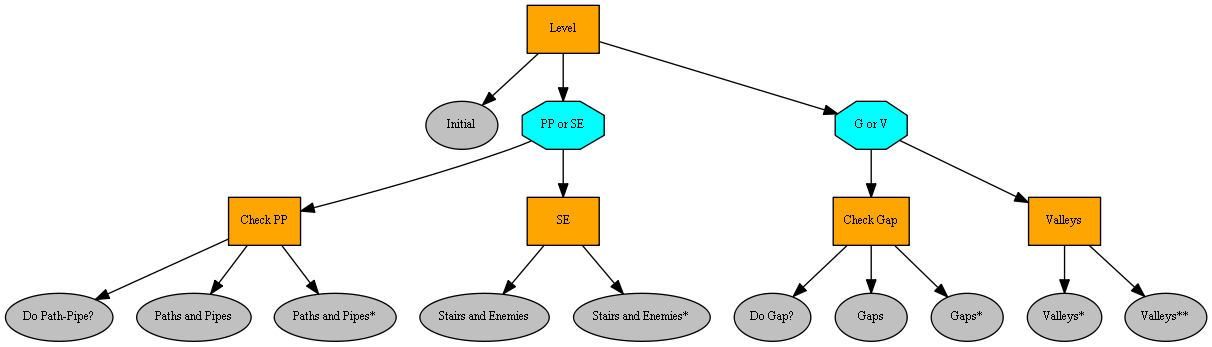
Before: level.png, a diagram exported from Graphviz (riffsircar/PCGBT). Its source is kept beside it as level.dot.
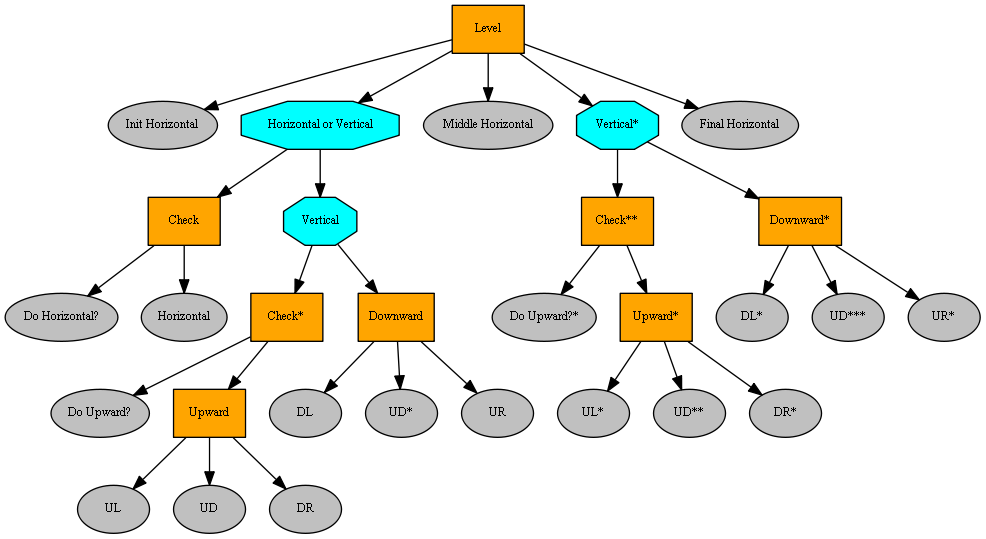
The same file after the commit.

Diff of the diagram source:
```diff
@@ -4,38 +4,62 @@
 node [fontname="times-roman"];
 edge [fontname="times-roman"];
 Level [fillcolor=orange, fontcolor=black, fontsize=9, label=Level, shape=box, style=filled];
-Initial [fillcolor=gray, fontcolor=black, fontsize=9, label=Initial, shape=ellipse, style=filled];
-Level -> Initial;
-"PP or SE" [fillcolor=cyan, fontcolor=black, fontsize=9, label="PP or SE", shape=octagon, style=filled];
-Level -> "PP or SE";
-"Check PP" [fillcolor=orange, fontcolor=black, fontsize=9, label="Check PP", shape=box, style=filled];
-"PP or SE" -> "Check PP";
-"Do Path-Pipe?" [fillcolor=gray, fontcolor=black, fontsize=9, label="Do Path-Pipe?", shape=ellipse, style=filled];
-"Check PP" -> "Do Path-Pipe?";
-"Paths and Pipes" [fillcolor=gray, fontcolor=black, fontsize=9, label="Paths and Pipes", shape=ellipse, style=filled];
-"Check PP" -> "Paths and Pipes";
-"Paths and Pipes*" [fillcolor=gray, fontcolor=black, fontsize=9, label="Paths and Pipes*", shape=ellipse, style=filled];
-"Check PP" -> "Paths and Pipes*";
-SE [fillcolor=orange, fontcolor=black, fontsize=9, label=SE, shape=box, style=filled];
-"PP or SE" -> SE;
-"Stairs and Enemies" [fillcolor=gray, fontcolor=black, fontsize=9, label="Stairs and Enemies", shape=ellipse, style=filled];
-SE -> "Stairs and Enemies";
-"Stairs and Enemies*" [fillcolor=gray, fontcolor=black, fontsize=9, label="Stairs and Enemies*", shape=ellipse, style=filled];
-SE -> "Stairs and Enemies*";
-"G or V" [fillcolor=cyan, fontcolor=black, fontsize=9, label="G or V", shape=octagon, style=filled];
-Level -> "G or V";
-"Check Gap" [fillcolor=orange, fontcolor=black, fontsize=9, label="Check Gap", shape=box, style=filled];
-"G or V" -> "Check Gap";
-"Do Gap?" [fillcolor=gray, fontcolor=black, fontsize=9, label="Do Gap?", shape=ellipse, style=filled];
-"Check Gap" -> "Do Gap?";
-Gaps [fillcolor=gray, fontcolor=black, fontsize=9, label=Gaps, shape=ellipse, style=filled];
-"Check Gap" -> Gaps;
-"Gaps*" [fillcolor=gray, fontcolor=black, fontsize=9, label="Gaps*", shape=ellipse, style=filled];
-"Check Gap" -> "Gaps*";
-Valleys [fillcolor=orange, fontcolor=black, fontsize=9, label=Valleys, shape=box, style=filled];
-"G or V" -> Valleys;
-"Valleys*" [fillcolor=gray, fontcolor=black, fontsize=9, label="Valleys*", shape=ellipse, style=filled];
-Valleys -> "Valleys*";
-"Valleys**" [fillcolor=gray, fontcolor=black, fontsize=9, label="Valleys**", shape=ellipse, style=filled];
-Valleys -> "Valleys**";
+"Init Horizontal" [fillcolor=gray, fontcolor=black, fontsize=9, label="Init Horizontal", shape=ellipse, style=filled];
+Level -> "Init Horizontal";
+"Horizontal or Vertical" [fillcolor=cyan, fontcolor=black, fontsize=9, label="Horizontal or Vertical", shape=octagon, style=filled];
+Level -> "Horizontal or Vertical";
+Check [fillcolor=orange, fontcolor=black, fontsize=9, label=Check, shape=box, style=filled];
+"Horizontal or Vertical" -> Check;
+"Do Horizontal?" [fillcolor=gray, fontcolor=black, fontsize=9, label="Do Horizontal?", shape=ellipse, style=filled];
+Check -> "Do Horizontal?";
+Horizontal [fillcolor=gray, fontcolor=black, fontsize=9, label=Horizontal, shape=ellipse, style=filled];
+Check -> Horizontal;
+Vertical [fillcolor=cyan, fontcolor=black, fontsize=9, label=Vertical, shape=octagon, style=filled];
+"Horizontal or Vertical" -> Vertical;
+"Check*" [fillcolor=orange, fontcolor=black, fontsize=9, label="Check*", shape=box, style=filled];
+Vertical -> "Check*";
+"Do Upward?" [fillcolor=gray, fontcolor=black, fontsize=9, label="Do Upward?", shape=ellipse, style=filled];
+"Check*" -> "Do Upward?";
+Upward [fillcolor=orange, fontcolor=black, fontsize=9, label=Upward, shape=box, style=filled];
+"Check*" -> Upward;
+UL [fillcolor=gray, fontcolor=black, fontsize=9, label=UL, shape=ellipse, style=filled];
+Upward -> UL;
+UD [fillcolor=gray, fontcolor=black, fontsize=9, label=UD, shape=ellipse, style=filled];
+Upward -> UD;
+DR [fillcolor=gray, fontcolor=black, fontsize=9, label=DR, shape=ellipse, style=filled];
+Upward -> DR;
+Downward [fillcolor=orange, fontcolor=black, fontsize=9, label=Downward, shape=box, style=filled];
+Vertical -> Downward;
+DL [fillcolor=gray, fontcolor=black, fontsize=9, label=DL, shape=ellipse, style=filled];
+Downward -> DL;
+"UD*" [fillcolor=gray, fontcolor=black, fontsize=9, label="UD*", shape=ellipse, style=filled];
+Downward -> "UD*";
+UR [fillcolor=gray, fontcolor=black, fontsize=9, label=UR, shape=ellipse, style=filled];
+Downward -> UR;
+"Middle Horizontal" [fillcolor=gray, fontcolor=black, fontsize=9, label="Middle Horizontal", shape=ellipse, style=filled];
+Level -> "Middle Horizontal";
+"Vertical*" [fillcolor=cyan, fontcolor=black, fontsize=9, label="Vertical*", shape=octagon, style=filled];
+Level -> "Vertical*";
+"Check**" [fillcolor=orange, fontcolor=black, fontsize=9, label="Check**", shape=box, style=filled];
+"Vertical*" -> "Check**";
+"Do Upward?*" [fillcolor=gray, fontcolor=black, fontsize=9, label="Do Upward?*", shape=ellipse, style=filled];
+"Check**" -> "Do Upward?*";
+"Upward*" [fillcolor=orange, fontcolor=black, fontsize=9, label="Upward*", shape=box, style=filled];
+"Check**" -> "Upward*";
+"UL*" [fillcolor=gray, fontcolor=black, fontsize=9, label="UL*", shape=ellipse, style=filled];
+"Upward*" -> "UL*";
+"UD**" [fillcolor=gray, fontcolor=black, fontsize=9, label="UD**", shape=ellipse, style=filled];
+"Upward*" -> "UD**";
+"DR*" [fillcolor=gray, fontcolor=black, fontsize=9, label="DR*", shape=ellipse, style=filled];
+"Upward*" -> "DR*";
+"Downward*" [fillcolor=orange, fontcolor=black, fontsize=9, label="Downward*", shape=box, style=filled];
+"Vertical*" -> "Downward*";
+"DL*" [fillcolor=gray, fontcolor=black, fontsize=9, label="DL*", shape=ellipse, style=filled];
+"Downward*" -> "DL*";
+"UD***" [fillcolor=gray, fontcolor=black, fontsize=9, label="UD***", shape=ellipse, style=filled];
+"Downward*" -> "UD***";
+"UR*" [fillcolor=gray, fontcolor=black, fontsize=9, label="UR*", shape=ellipse, style=filled];
+"Downward*" -> "UR*";
+"Final Horizontal" [fillcolor=gray, fontcolor=black, fontsize=9, label="Final Horizontal", shape=ellipse, style=filled];
+Level -> "Final Horizontal";
 }
```
